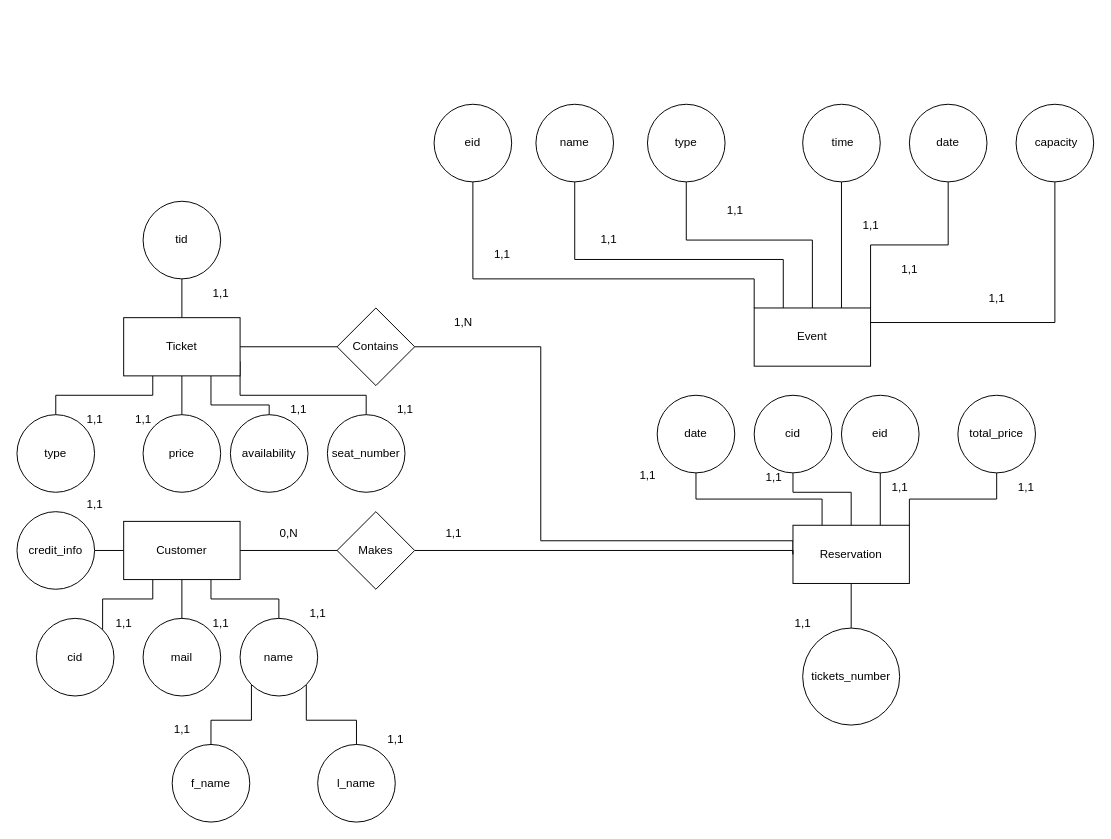
Before: E-R.drawio in Rafail-Drakakis/HY360, a draw.io diagram. Source tidied: cells renumbered, new cells numbered last; positions are measured from the earlier drawing's top-left corner, leaving out a move shared by most shapes. Both pictures are drawn from the tidied source at 97%, with x=0, y=0 at pixel (16, 104).
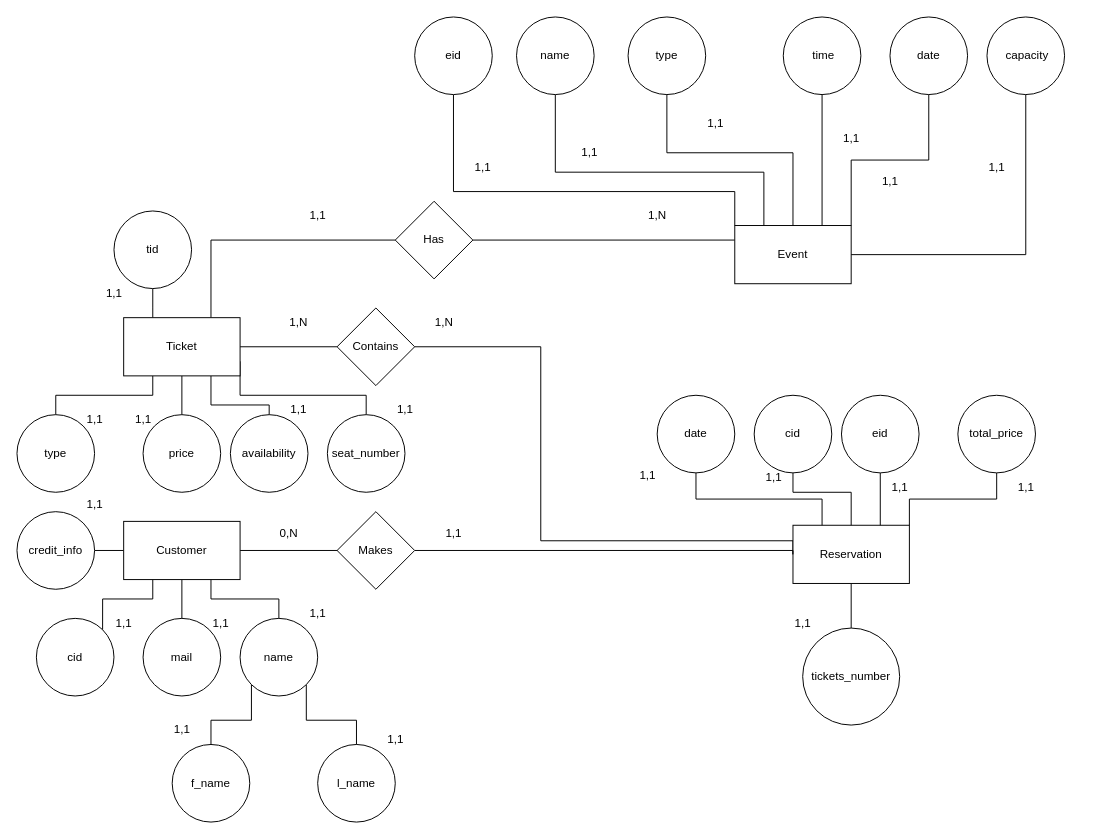
The same page after the edit.

The change refers to these unchanged cells:
```xml
<mxCell id="18" value="Ticket" style="rounded=0;whiteSpace=wrap;html=1;" parent="1" vertex="1">
  <mxGeometry x="110" y="220" width="120" height="60" as="geometry" />
</mxCell>
```

The edit, as a diff of the source:
```diff
@@
+    <mxCell id="81" style="edgeStyle=orthogonalEdgeStyle;rounded=0;jettySize=auto;html=1;exitX=0;exitY=0.25;exitDx=0;exitDy=0;entryX=1;entryY=0.5;entryDx=0;entryDy=0;endArrow=none;endFill=0;" parent="1" edge="1" source="11" target="84">
+      <mxGeometry relative="1" as="geometry" />
+    </mxCell>
     <mxCell id="11" value="Event" style="rounded=0;whiteSpace=wrap;html=1;" parent="1" vertex="1">
-      <mxGeometry x="760" y="210" width="120" height="60" as="geometry" />
+      <mxGeometry x="740" y="125" width="120" height="60" as="geometry" />
     </mxCell>
@@
     <mxCell id="13" style="edgeStyle=orthogonalEdgeStyle;rounded=0;jettySize=auto;html=1;endArrow=none;endFill=0;" parent="1" edge="1" source="18" target="47">
-      <mxGeometry relative="1" as="geometry" />
+      <mxGeometry relative="1" as="geometry">
+        <Array as="points">
+          <mxPoint x="140" y="210" />
+          <mxPoint x="140" y="210" />
+        </Array>
+      </mxGeometry>
     </mxCell>
@@
+    <mxCell id="82" style="edgeStyle=orthogonalEdgeStyle;rounded=0;jettySize=auto;html=1;exitX=0.75;exitY=0;exitDx=0;exitDy=0;entryX=0;entryY=0.5;entryDx=0;entryDy=0;endArrow=none;endFill=0;" parent="1" edge="1" source="18" target="84">
+      <mxGeometry relative="1" as="geometry" />
+    </mxCell>
@@
     <mxCell id="23" value="1,N" style="text;html=1;align=center;verticalAlign=middle;strokeColor=none;fillColor=none;" parent="1" vertex="1">
-      <mxGeometry x="440" y="210" width="40" height="30" as="geometry" />
+      <mxGeometry x="420" y="210" width="40" height="30" as="geometry" />
     </mxCell>
@@
     <mxCell id="26" style="edgeStyle=orthogonalEdgeStyle;rounded=0;jettySize=auto;html=1;exitX=0.5;exitY=1;exitDx=0;exitDy=0;entryX=0;entryY=0;entryDx=0;entryDy=0;endArrow=none;endFill=0;" parent="1" edge="1" source="27" target="11">
       <mxGeometry relative="1" as="geometry">
         <Array as="points">
-          <mxPoint x="470" y="180" />
-          <mxPoint x="760" y="180" />
+          <mxPoint x="450" y="90" />
+          <mxPoint x="740" y="90" />
         </Array>
       </mxGeometry>
     </mxCell>
     <mxCell id="27" value="eid" style="ellipse;whiteSpace=wrap;html=1;rounded=0;" parent="1" vertex="1">
-      <mxGeometry x="430" width="80" height="80" as="geometry" />
+      <mxGeometry x="410" y="-90" width="80" height="80" as="geometry" />
     </mxCell>
     <mxCell id="28" style="edgeStyle=orthogonalEdgeStyle;rounded=0;jettySize=auto;html=1;exitX=0.5;exitY=1;exitDx=0;exitDy=0;entryX=0.25;entryY=0;entryDx=0;entryDy=0;endArrow=none;endFill=0;" parent="1" edge="1" source="29" target="11">
       <mxGeometry relative="1" as="geometry">
         <Array as="points">
-          <mxPoint x="575" y="160" />
-          <mxPoint x="790" y="160" />
+          <mxPoint x="555" y="70" />
+          <mxPoint x="770" y="70" />
         </Array>
       </mxGeometry>
     </mxCell>
     <mxCell id="29" value="name" style="ellipse;whiteSpace=wrap;html=1;rounded=0;" parent="1" vertex="1">
-      <mxGeometry x="535" width="80" height="80" as="geometry" />
+      <mxGeometry x="515" y="-90" width="80" height="80" as="geometry" />
     </mxCell>
-    <mxCell id="30" style="edgeStyle=orthogonalEdgeStyle;rounded=0;jettySize=auto;html=1;exitX=0.5;exitY=1;exitDx=0;exitDy=0;entryX=1;entryY=0.25;entryDx=0;entryDy=0;endArrow=none;endFill=0;" parent="1" edge="1" source="31" target="11">
+    <mxCell id="30" style="edgeStyle=orthogonalEdgeStyle;rounded=0;jettySize=auto;html=1;exitX=0.5;exitY=1;exitDx=0;exitDy=0;entryX=1;entryY=0.5;entryDx=0;entryDy=0;endArrow=none;endFill=0;" parent="1" edge="1" source="31" target="11">
       <mxGeometry relative="1" as="geometry" />
     </mxCell>
     <mxCell id="31" value="&amp;nbsp;capacity" style="ellipse;whiteSpace=wrap;html=1;" parent="1" vertex="1">
-      <mxGeometry x="1030" width="80" height="80" as="geometry" />
+      <mxGeometry x="1000" y="-90" width="80" height="80" as="geometry" />
     </mxCell>
@@
     <mxCell id="33" value="date" style="ellipse;whiteSpace=wrap;html=1;" parent="1" vertex="1">
-      <mxGeometry x="920" width="80" height="80" as="geometry" />
+      <mxGeometry x="900" y="-90" width="80" height="80" as="geometry" />
     </mxCell>
     <mxCell id="34" style="edgeStyle=orthogonalEdgeStyle;rounded=0;jettySize=auto;html=1;exitX=0.5;exitY=1;exitDx=0;exitDy=0;entryX=0.5;entryY=0;entryDx=0;entryDy=0;endArrow=none;endFill=0;" parent="1" edge="1" source="35" target="11">
       <mxGeometry relative="1" as="geometry">
         <Array as="points">
-          <mxPoint x="690" y="140" />
-          <mxPoint x="820" y="140" />
+          <mxPoint x="670" y="50" />
+          <mxPoint x="800" y="50" />
         </Array>
       </mxGeometry>
     </mxCell>
     <mxCell id="35" value="type" style="ellipse;whiteSpace=wrap;html=1;" parent="1" vertex="1">
-      <mxGeometry x="650" width="80" height="80" as="geometry" />
+      <mxGeometry x="630" y="-90" width="80" height="80" as="geometry" />
     </mxCell>
     <mxCell id="36" style="edgeStyle=orthogonalEdgeStyle;rounded=0;jettySize=auto;html=1;exitX=0.5;exitY=1;exitDx=0;exitDy=0;entryX=0.75;entryY=0;entryDx=0;entryDy=0;endArrow=none;endFill=0;" parent="1" edge="1" source="37" target="11">
       <mxGeometry relative="1" as="geometry">
         <Array as="points">
-          <mxPoint x="850" y="80" />
+          <mxPoint x="830" y="-10" />
         </Array>
       </mxGeometry>
     </mxCell>
     <mxCell id="37" value="&amp;nbsp;time" style="ellipse;whiteSpace=wrap;html=1;" parent="1" vertex="1">
-      <mxGeometry x="810" width="80" height="80" as="geometry" />
+      <mxGeometry x="790" y="-90" width="80" height="80" as="geometry" />
     </mxCell>
@@
     <mxCell id="47" value="tid" style="ellipse;whiteSpace=wrap;html=1;rounded=0;" parent="1" vertex="1">
-      <mxGeometry x="130" y="100" width="80" height="80" as="geometry" />
+      <mxGeometry x="100" y="110" width="80" height="80" as="geometry" />
     </mxCell>
@@
     <mxCell id="60" value="1,1" style="text;html=1;align=center;verticalAlign=middle;strokeColor=none;fillColor=none;" parent="1" vertex="1">
-      <mxGeometry x="190" y="180" width="40" height="30" as="geometry" />
+      <mxGeometry x="80" y="180" width="40" height="30" as="geometry" />
     </mxCell>
@@
     <mxCell id="70" value="1,1" style="text;html=1;align=center;verticalAlign=middle;strokeColor=none;fillColor=none;" parent="1" vertex="1">
-      <mxGeometry x="720" y="95" width="40" height="30" as="geometry" />
+      <mxGeometry x="700" y="5" width="40" height="30" as="geometry" />
     </mxCell>
     <mxCell id="71" value="1,1" style="text;html=1;align=center;verticalAlign=middle;strokeColor=none;fillColor=none;" parent="1" vertex="1">
-      <mxGeometry x="590" y="125" width="40" height="30" as="geometry" />
+      <mxGeometry x="570" y="35" width="40" height="30" as="geometry" />
     </mxCell>
     <mxCell id="72" value="1,1" style="text;html=1;align=center;verticalAlign=middle;strokeColor=none;fillColor=none;" parent="1" vertex="1">
-      <mxGeometry x="480" y="140" width="40" height="30" as="geometry" />
+      <mxGeometry x="460" y="50" width="40" height="30" as="geometry" />
     </mxCell>
@@
     <mxCell id="78" value="1,1" style="text;html=1;align=center;verticalAlign=middle;strokeColor=none;fillColor=none;" parent="1" vertex="1">
-      <mxGeometry x="900" y="155" width="40" height="30" as="geometry" />
+      <mxGeometry x="880" y="65" width="40" height="30" as="geometry" />
     </mxCell>
     <mxCell id="79" value="1,1" style="text;html=1;align=center;verticalAlign=middle;strokeColor=none;fillColor=none;" parent="1" vertex="1">
-      <mxGeometry x="860" y="110" width="40" height="30" as="geometry" />
+      <mxGeometry x="840" y="20" width="40" height="30" as="geometry" />
     </mxCell>
     <mxCell id="80" value="1,1" style="text;html=1;align=center;verticalAlign=middle;strokeColor=none;fillColor=none;" parent="1" vertex="1">
-      <mxGeometry x="990" y="185" width="40" height="30" as="geometry" />
+      <mxGeometry x="990" y="50" width="40" height="30" as="geometry" />
     </mxCell>
+    <mxCell id="83" value="1,N" style="text;html=1;align=center;verticalAlign=middle;strokeColor=none;fillColor=none;" parent="1" vertex="1">
+      <mxGeometry x="270" y="210" width="40" height="30" as="geometry" />
+    </mxCell>
+    <mxCell id="84" value="Has" style="rhombus;whiteSpace=wrap;html=1;rounded=0;" parent="1" vertex="1">
+      <mxGeometry x="390" y="100" width="80" height="80" as="geometry" />
+    </mxCell>
+    <mxCell id="85" value="1,1" style="text;html=1;align=center;verticalAlign=middle;strokeColor=none;fillColor=none;" parent="1" vertex="1">
+      <mxGeometry x="290" y="100" width="40" height="30" as="geometry" />
+    </mxCell>
+    <mxCell id="86" value="1,N" style="text;html=1;align=center;verticalAlign=middle;strokeColor=none;fillColor=none;" parent="1" vertex="1">
+      <mxGeometry x="640" y="100" width="40" height="30" as="geometry" />
+    </mxCell>
```
